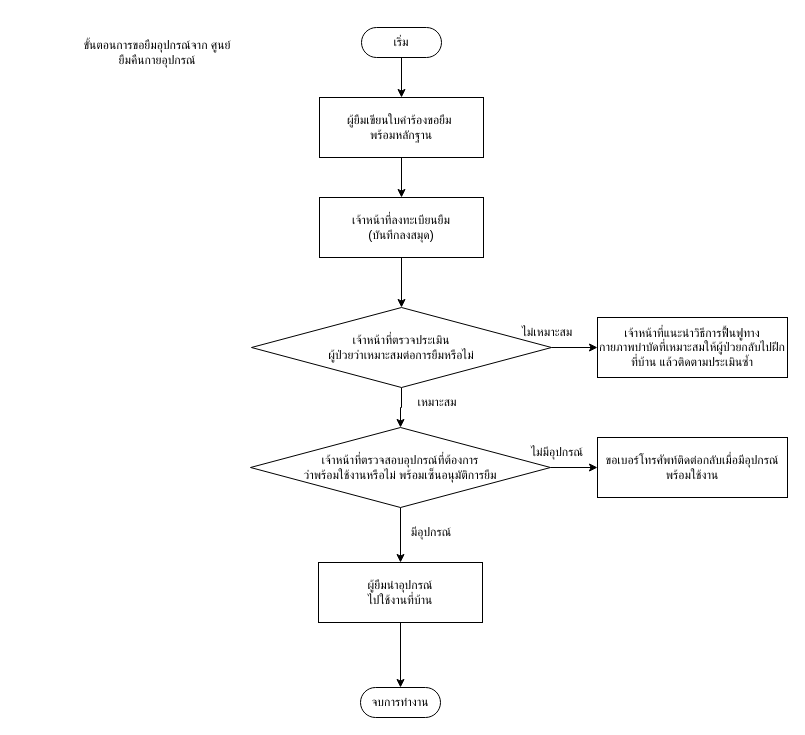
The draw.io diagram cmk/old system.drawio in S-B-Tanayut/diagram_repo, before the edit. Source tidied: cells renumbered, new cells numbered last; positions are measured from the earlier drawing's top-left corner, leaving out a move shared by most shapes. Both pictures are drawn from the tidied source at 100%, with x=0, y=0 at pixel (77, 27).
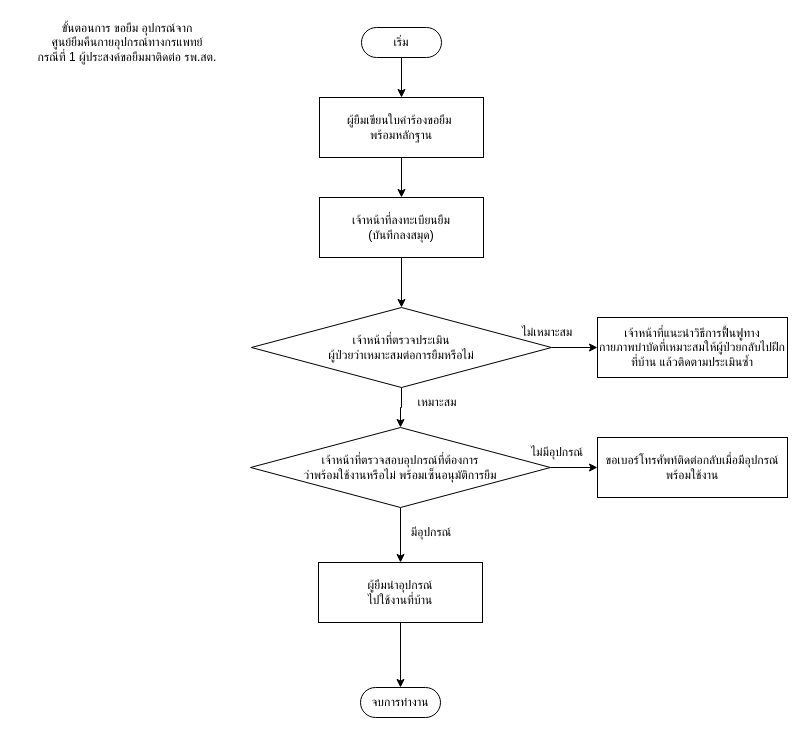
The same page after the edit.

Diff of the diagram source:
```diff
@@
-    <mxCell id="6" value="ขั้นตอนการขอยืมอุปกรณ์จาก ศูนย์ยืมคืนกายอุปกรณ์" style="text;html=1;align=center;verticalAlign=middle;whiteSpace=wrap;rounded=0;" parent="1" vertex="1">
-      <mxGeometry y="10" width="160" height="30" as="geometry" />
+    <mxCell id="6" value="ขั้นตอนการ ขอยืม อุปกรณ์จาก &lt;br&gt;ศูนย์ยืมคืนกายอุปกรณ์ทางกรแพทย์&lt;div&gt;กรณีที่ 1 ผู้ประสงค์ขอยืมมาติดต่อ รพ.สต.&lt;/div&gt;" style="text;html=1;align=center;verticalAlign=middle;whiteSpace=wrap;rounded=0;" parent="1" vertex="1">
+      <mxGeometry x="-60" y="-10" width="220" height="50" as="geometry" />
     </mxCell>
```
